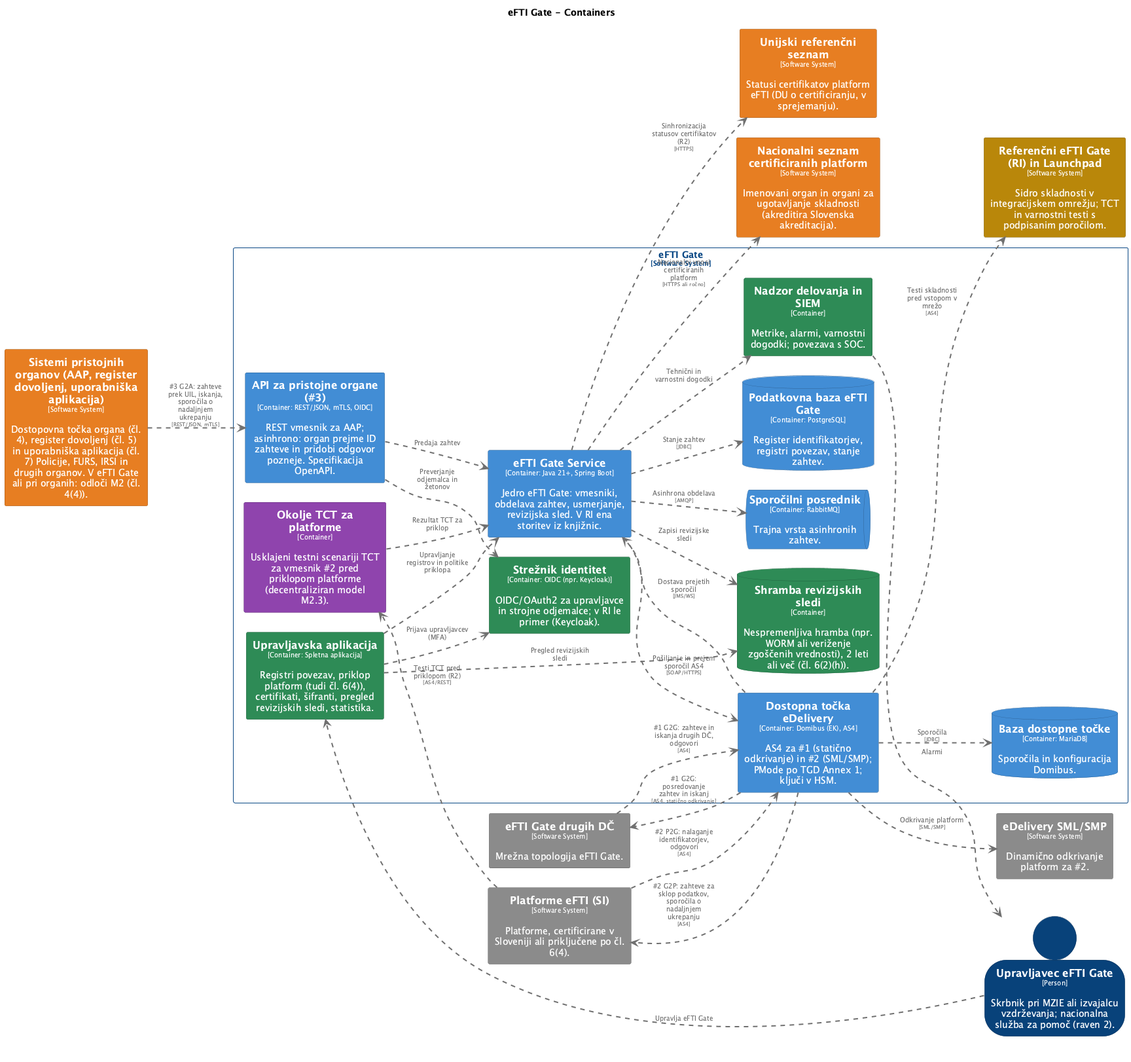
Earlier version of the PlantUML export architecture/diagrams/structurizr-C2-Vsebniki.png (UM-KGPI/eFTI-Gate-SI).
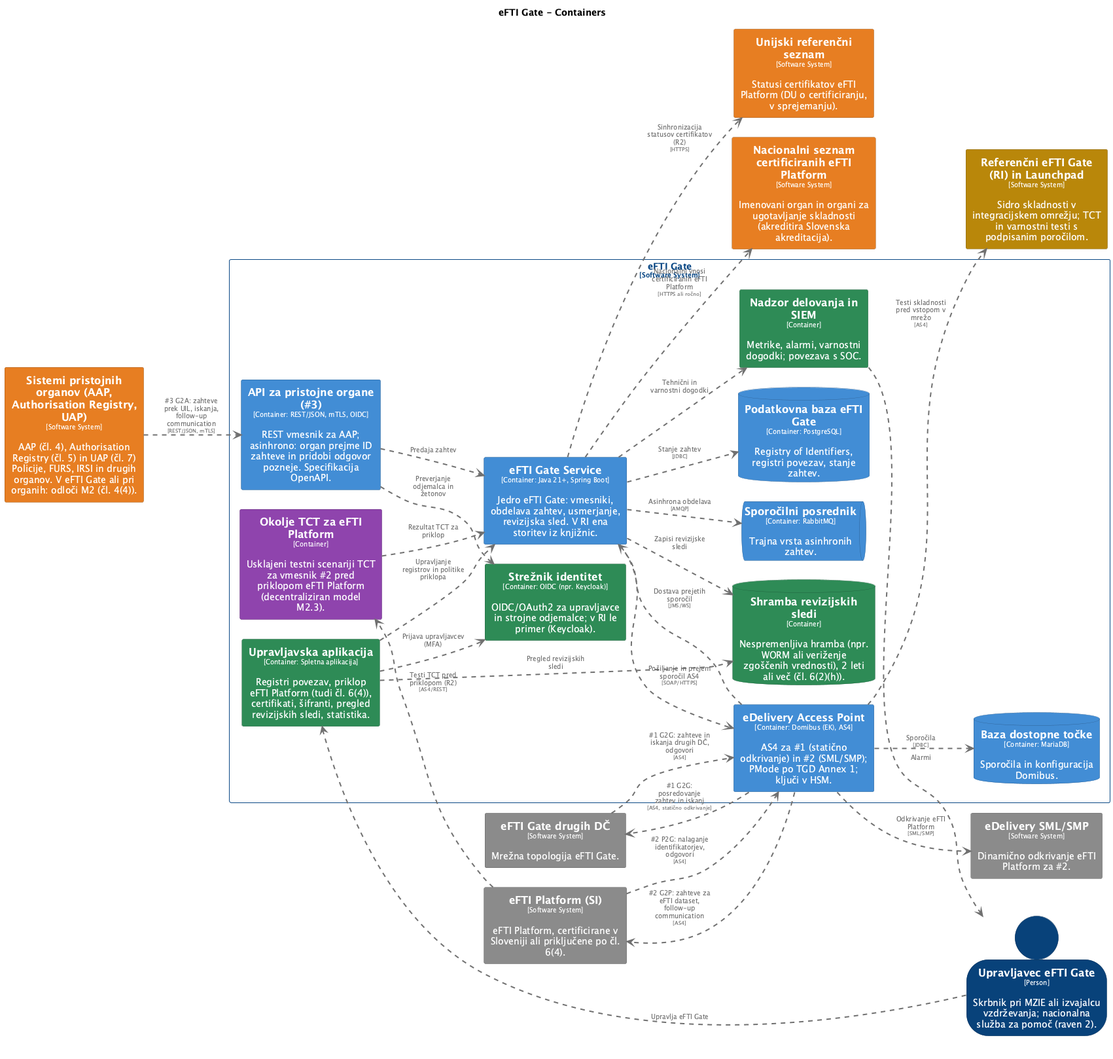
Above is the later version.

Diff of the diagram source:
```diff
@@ -27,13 +27,7 @@
   BorderColor #2e6295
   shadowing false
 }
-skinparam rectangle<<eFTIGate.DostopnatočkaeDelivery>> {
-  BackgroundColor #438dd5
-  FontColor #ffffff
-  BorderColor #2e6295
-  shadowing false
-}
-skinparam rectangle<<Nacionalniseznamcertificiranihplatform>> {
+skinparam rectangle<<NacionalniseznamcertificiraniheFTIPlatform>> {
   BackgroundColor #e67e22
   FontColor #ffffff
   BorderColor #a15817
@@ -45,16 +39,10 @@
   BorderColor #20613c
   shadowing false
 }
-skinparam rectangle<<eFTIGate.OkoljeTCTzaplatforme>> {
+skinparam rectangle<<eFTIGate.OkoljeTCTzaeFTIPlatform>> {
   BackgroundColor #8e44ad
   FontColor #ffffff
   BorderColor #632f79
-  shadowing false
-}
-skinparam rectangle<<PlatformeeFTISI>> {
-  BackgroundColor #8a8a8a
-  FontColor #ffffff
-  BorderColor #606060
   shadowing false
 }
 skinparam database<<eFTIGate.PodatkovnabazaeFTIGate>> {
@@ -75,7 +63,7 @@
   BorderColor #20613c
   shadowing false
 }
-skinparam rectangle<<SistemipristojnihorganovAAPregisterdovoljenjuporabniškaaplikacija>> {
+skinparam rectangle<<SistemipristojnihorganovAAPAuthorisationRegistryUAP>> {
   BackgroundColor #e67e22
   FontColor #ffffff
   BorderColor #a15817
@@ -111,6 +99,12 @@
   BorderColor #20613c
   shadowing false
 }
+skinparam rectangle<<eFTIGate.eDeliveryAccessPoint>> {
+  BackgroundColor #438dd5
+  FontColor #ffffff
+  BorderColor #2e6295
+  shadowing false
+}
 skinparam rectangle<<eDeliverySMLSMP>> {
   BackgroundColor #8a8a8a
   FontColor #ffffff
@@ -129,6 +123,12 @@
   BorderColor #606060
   shadowing false
 }
+skinparam rectangle<<eFTIPlatformSI>> {
+  BackgroundColor #8a8a8a
+  FontColor #ffffff
+  BorderColor #606060
+  shadowing false
+}
 skinparam rectangle<<eFTIGate>> {
   BorderColor #0b4884
   FontColor #0b4884
@@ -136,50 +136,50 @@
 }
 
 person "==Upravljavec eFTI Gate\n<size:10>[Person]</size>\n\nSkrbnik pri MZIE ali izvajalcu vzdrževanja; nacionalna služba za pomoč (raven 2)." <<UpravljaveceFTIGate>> as UpravljaveceFTIGate
-rectangle "==Sistemi pristojnih organov (AAP, register dovoljenj, uporabniška aplikacija)\n<size:10>[Software System]</size>\n\nDostopovna točka organa (čl. 4), register dovoljenj (čl. 5) in uporabniška aplikacija (čl. 7) Policije, FURS, IRSI in drugih organov. V eFTI Gate ali pri organih: odloči M2 (čl. 4(4))." <<SistemipristojnihorganovAAPregisterdovoljenjuporabniškaaplikacija>> as SistemipristojnihorganovAAPregisterdovoljenjuporabniškaaplikacija
-rectangle "==Platforme eFTI (SI)\n<size:10>[Software System]</size>\n\nPlatforme, certificirane v Sloveniji ali priključene po čl. 6(4)." <<PlatformeeFTISI>> as PlatformeeFTISI
-rectangle "==Nacionalni seznam certificiranih platform\n<size:10>[Software System]</size>\n\nImenovani organ in organi za ugotavljanje skladnosti (akreditira Slovenska akreditacija)." <<Nacionalniseznamcertificiranihplatform>> as Nacionalniseznamcertificiranihplatform
+rectangle "==Sistemi pristojnih organov (AAP, Authorisation Registry, UAP)\n<size:10>[Software System]</size>\n\nAAP (čl. 4), Authorisation Registry (čl. 5) in UAP (čl. 7) Policije, FURS, IRSI in drugih organov. V eFTI Gate ali pri organih: odloči M2 (čl. 4(4))." <<SistemipristojnihorganovAAPAuthorisationRegistryUAP>> as SistemipristojnihorganovAAPAuthorisationRegistryUAP
+rectangle "==eFTI Platform (SI)\n<size:10>[Software System]</size>\n\neFTI Platform, certificirane v Sloveniji ali priključene po čl. 6(4)." <<eFTIPlatformSI>> as eFTIPlatformSI
+rectangle "==Nacionalni seznam certificiranih eFTI Platform\n<size:10>[Software System]</size>\n\nImenovani organ in organi za ugotavljanje skladnosti (akreditira Slovenska akreditacija)." <<NacionalniseznamcertificiraniheFTIPlatform>> as NacionalniseznamcertificiraniheFTIPlatform
 rectangle "==eFTI Gate drugih DČ\n<size:10>[Software System]</size>\n\nMrežna topologija eFTI Gate." <<eFTIGatedrugihDČ>> as eFTIGatedrugihDČ
-rectangle "==Unijski referenčni seznam\n<size:10>[Software System]</size>\n\nStatusi certifikatov platform eFTI (DU o certificiranju, v sprejemanju)." <<Unijskireferenčniseznam>> as Unijskireferenčniseznam
-rectangle "==eDelivery SML/SMP\n<size:10>[Software System]</size>\n\nDinamično odkrivanje platform za #2." <<eDeliverySMLSMP>> as eDeliverySMLSMP
+rectangle "==Unijski referenčni seznam\n<size:10>[Software System]</size>\n\nStatusi certifikatov eFTI Platform (DU o certificiranju, v sprejemanju)." <<Unijskireferenčniseznam>> as Unijskireferenčniseznam
+rectangle "==eDelivery SML/SMP\n<size:10>[Software System]</size>\n\nDinamično odkrivanje eFTI Platform za #2." <<eDeliverySMLSMP>> as eDeliverySMLSMP
 rectangle "==Referenčni eFTI Gate (RI) in Launchpad\n<size:10>[Software System]</size>\n\nSidro skladnosti v integracijskem omrežju; TCT in varnostni testi s podpisanim poročilom." <<ReferenčnieFTIGateRIinLaunchpad>> as ReferenčnieFTIGateRIinLaunchpad
 
 rectangle "eFTI Gate\n<size:10>[Software System]</size>" <<eFTIGate>> {
   rectangle "==API za pristojne organe (#3)\n<size:10>[Container: REST/JSON, mTLS, OIDC]</size>\n\nREST vmesnik za AAP; asinhrono: organ prejme ID zahteve in pridobi odgovor pozneje. Specifikacija OpenAPI." <<eFTIGate.APIzapristojneorgane3>> as eFTIGate.APIzapristojneorgane3
   queue "==Sporočilni posrednik\n<size:10>[Container: RabbitMQ]</size>\n\nTrajna vrsta asinhronih zahtev." <<eFTIGate.Sporočilniposrednik>> as eFTIGate.Sporočilniposrednik
-  database "==Podatkovna baza eFTI Gate\n<size:10>[Container: PostgreSQL]</size>\n\nRegister identifikatorjev, registri povezav, stanje zahtev." <<eFTIGate.PodatkovnabazaeFTIGate>> as eFTIGate.PodatkovnabazaeFTIGate
-  rectangle "==Dostopna točka eDelivery\n<size:10>[Container: Domibus (EK), AS4]</size>\n\nAS4 za #1 (statično odkrivanje) in #2 (SML/SMP); PMode po TGD Annex 1; ključi v HSM." <<eFTIGate.DostopnatočkaeDelivery>> as eFTIGate.DostopnatočkaeDelivery
+  database "==Podatkovna baza eFTI Gate\n<size:10>[Container: PostgreSQL]</size>\n\nRegistry of Identifiers, registri povezav, stanje zahtev." <<eFTIGate.PodatkovnabazaeFTIGate>> as eFTIGate.PodatkovnabazaeFTIGate
+  rectangle "==eDelivery Access Point\n<size:10>[Container: Domibus (EK), AS4]</size>\n\nAS4 za #1 (statično odkrivanje) in #2 (SML/SMP); PMode po TGD Annex 1; ključi v HSM." <<eFTIGate.eDeliveryAccessPoint>> as eFTIGate.eDeliveryAccessPoint
   database "==Baza dostopne točke\n<size:10>[Container: MariaDB]</size>\n\nSporočila in konfiguracija Domibus." <<eFTIGate.Bazadostopnetočke>> as eFTIGate.Bazadostopnetočke
   rectangle "==Strežnik identitet\n<size:10>[Container: OIDC (npr. Keycloak)]</size>\n\nOIDC/OAuth2 za upravljavce in strojne odjemalce; v RI le primer (Keycloak)." <<eFTIGate.Strežnikidentitet>> as eFTIGate.Strežnikidentitet
-  rectangle "==Upravljavska aplikacija\n<size:10>[Container: Spletna aplikacija]</size>\n\nRegistri povezav, priklop platform (tudi čl. 6(4)), certifikati, šifranti, pregled revizijskih sledi, statistika." <<eFTIGate.Upravljavskaaplikacija>> as eFTIGate.Upravljavskaaplikacija
+  rectangle "==Upravljavska aplikacija\n<size:10>[Container: Spletna aplikacija]</size>\n\nRegistri povezav, priklop eFTI Platform (tudi čl. 6(4)), certifikati, šifranti, pregled revizijskih sledi, statistika." <<eFTIGate.Upravljavskaaplikacija>> as eFTIGate.Upravljavskaaplikacija
   database "==Shramba revizijskih sledi\n<size:10>[Container]</size>\n\nNespremenljiva hramba (npr. WORM ali veriženje zgoščenih vrednosti), 2 leti ali več (čl. 6(2)(h))." <<eFTIGate.Shrambarevizijskihsledi>> as eFTIGate.Shrambarevizijskihsledi
   rectangle "==Nadzor delovanja in SIEM\n<size:10>[Container]</size>\n\nMetrike, alarmi, varnostni dogodki; povezava s SOC." <<eFTIGate.NadzordelovanjainSIEM>> as eFTIGate.NadzordelovanjainSIEM
-  rectangle "==Okolje TCT za platforme\n<size:10>[Container]</size>\n\nUsklajeni testni scenariji TCT za vmesnik #2 pred priklopom platforme (decentraliziran model M2.3)." <<eFTIGate.OkoljeTCTzaplatforme>> as eFTIGate.OkoljeTCTzaplatforme
+  rectangle "==Okolje TCT za eFTI Platform\n<size:10>[Container]</size>\n\nUsklajeni testni scenariji TCT za vmesnik #2 pred priklopom eFTI Platform (decentraliziran model M2.3)." <<eFTIGate.OkoljeTCTzaeFTIPlatform>> as eFTIGate.OkoljeTCTzaeFTIPlatform
   rectangle "==eFTI Gate Service\n<size:10>[Container: Java 21+, Spring Boot]</size>\n\nJedro eFTI Gate: vmesniki, obdelava zahtev, usmerjanje, revizijska sled. V RI ena storitev iz knjižnic." <<eFTIGate.eFTIGateService>> as eFTIGate.eFTIGateService
 }
 
 eFTIGate.Upravljavskaaplikacija .[#707070,thickness=2].> eFTIGate.Shrambarevizijskihsledi : "<color:#707070>Pregled revizijskih sledi"
 eFTIGate.Upravljavskaaplikacija .[#707070,thickness=2].> eFTIGate.Strežnikidentitet : "<color:#707070>Prijava upravljavcev (MFA)"
-eFTIGate.OkoljeTCTzaplatforme .[#707070,thickness=2].> eFTIGate.eFTIGateService : "<color:#707070>Rezultat TCT za priklop"
+eFTIGate.OkoljeTCTzaeFTIPlatform .[#707070,thickness=2].> eFTIGate.eFTIGateService : "<color:#707070>Rezultat TCT za priklop"
 UpravljaveceFTIGate .[#707070,thickness=2].> eFTIGate.Upravljavskaaplikacija : "<color:#707070>Upravlja eFTI Gate"
 eFTIGate.NadzordelovanjainSIEM .[#707070,thickness=2].> UpravljaveceFTIGate : "<color:#707070>Alarmi"
-SistemipristojnihorganovAAPregisterdovoljenjuporabniškaaplikacija .[#707070,thickness=2].> eFTIGate.APIzapristojneorgane3 : "<color:#707070>#3 G2A: zahteve prek UIL, iskanja, sporočila o nadaljnjem ukrepanju\n<color:#707070><size:8>[REST/JSON, mTLS]</size>"
-eFTIGate.DostopnatočkaeDelivery .[#707070,thickness=2].> PlatformeeFTISI : "<color:#707070>#2 G2P: zahteve za sklop podatkov, sporočila o nadaljnjem ukrepanju\n<color:#707070><size:8>[AS4]</size>"
-PlatformeeFTISI .[#707070,thickness=2].> eFTIGate.DostopnatočkaeDelivery : "<color:#707070>#2 P2G: nalaganje identifikatorjev, odgovori\n<color:#707070><size:8>[AS4]</size>"
-eFTIGate.DostopnatočkaeDelivery .[#707070,thickness=2].> eFTIGatedrugihDČ : "<color:#707070>#1 G2G: posredovanje zahtev in iskanj\n<color:#707070><size:8>[AS4, statično odkrivanje]</size>"
-eFTIGatedrugihDČ .[#707070,thickness=2].> eFTIGate.DostopnatočkaeDelivery : "<color:#707070>#1 G2G: zahteve in iskanja drugih DČ, odgovori\n<color:#707070><size:8>[AS4]</size>"
-eFTIGate.DostopnatočkaeDelivery .[#707070,thickness=2].> eDeliverySMLSMP : "<color:#707070>Odkrivanje platform\n<color:#707070><size:8>[SML/SMP]</size>"
+SistemipristojnihorganovAAPAuthorisationRegistryUAP .[#707070,thickness=2].> eFTIGate.APIzapristojneorgane3 : "<color:#707070>#3 G2A: zahteve prek UIL, iskanja, follow-up communication\n<color:#707070><size:8>[REST/JSON, mTLS]</size>"
+eFTIGate.eDeliveryAccessPoint .[#707070,thickness=2].> eFTIPlatformSI : "<color:#707070>#2 G2P: zahteve za eFTI dataset, follow-up communication\n<color:#707070><size:8>[AS4]</size>"
+eFTIPlatformSI .[#707070,thickness=2].> eFTIGate.eDeliveryAccessPoint : "<color:#707070>#2 P2G: nalaganje identifikatorjev, odgovori\n<color:#707070><size:8>[AS4]</size>"
+eFTIGate.eDeliveryAccessPoint .[#707070,thickness=2].> eFTIGatedrugihDČ : "<color:#707070>#1 G2G: posredovanje zahtev in iskanj\n<color:#707070><size:8>[AS4, statično odkrivanje]</size>"
+eFTIGatedrugihDČ .[#707070,thickness=2].> eFTIGate.eDeliveryAccessPoint : "<color:#707070>#1 G2G: zahteve in iskanja drugih DČ, odgovori\n<color:#707070><size:8>[AS4]</size>"
+eFTIGate.eDeliveryAccessPoint .[#707070,thickness=2].> eDeliverySMLSMP : "<color:#707070>Odkrivanje eFTI Platform\n<color:#707070><size:8>[SML/SMP]</size>"
 eFTIGate.eFTIGateService .[#707070,thickness=2].> Unijskireferenčniseznam : "<color:#707070>Sinhronizacija statusov certifikatov (R2)\n<color:#707070><size:8>[HTTPS]</size>"
-eFTIGate.eFTIGateService .[#707070,thickness=2].> Nacionalniseznamcertificiranihplatform : "<color:#707070>Nacionalni vnosi certificiranih platform\n<color:#707070><size:8>[HTTPS ali ročno]</size>"
-eFTIGate.DostopnatočkaeDelivery .[#707070,thickness=2].> ReferenčnieFTIGateRIinLaunchpad : "<color:#707070>Testi skladnosti pred vstopom v mrežo\n<color:#707070><size:8>[AS4]</size>"
-PlatformeeFTISI .[#707070,thickness=2].> eFTIGate.OkoljeTCTzaplatforme : "<color:#707070>Testi TCT pred priklopom (R2)\n<color:#707070><size:8>[AS4/REST]</size>"
+eFTIGate.eFTIGateService .[#707070,thickness=2].> NacionalniseznamcertificiraniheFTIPlatform : "<color:#707070>Nacionalni vnosi certificiranih eFTI Platform\n<color:#707070><size:8>[HTTPS ali ročno]</size>"
+eFTIGate.eDeliveryAccessPoint .[#707070,thickness=2].> ReferenčnieFTIGateRIinLaunchpad : "<color:#707070>Testi skladnosti pred vstopom v mrežo\n<color:#707070><size:8>[AS4]</size>"
+eFTIPlatformSI .[#707070,thickness=2].> eFTIGate.OkoljeTCTzaeFTIPlatform : "<color:#707070>Testi TCT pred priklopom (R2)\n<color:#707070><size:8>[AS4/REST]</size>"
 eFTIGate.APIzapristojneorgane3 .[#707070,thickness=2].> eFTIGate.eFTIGateService : "<color:#707070>Predaja zahtev"
 eFTIGate.APIzapristojneorgane3 .[#707070,thickness=2].> eFTIGate.Strežnikidentitet : "<color:#707070>Preverjanje odjemalca in žetonov"
 eFTIGate.eFTIGateService .[#707070,thickness=2].> eFTIGate.Sporočilniposrednik : "<color:#707070>Asinhrona obdelava\n<color:#707070><size:8>[AMQP]</size>"
 eFTIGate.eFTIGateService .[#707070,thickness=2].> eFTIGate.PodatkovnabazaeFTIGate : "<color:#707070>Stanje zahtev\n<color:#707070><size:8>[JDBC]</size>"
-eFTIGate.eFTIGateService .[#707070,thickness=2].> eFTIGate.DostopnatočkaeDelivery : "<color:#707070>Pošiljanje in prejem sporočil AS4\n<color:#707070><size:8>[SOAP/HTTPS]</size>"
-eFTIGate.DostopnatočkaeDelivery .[#707070,thickness=2].> eFTIGate.eFTIGateService : "<color:#707070>Dostava prejetih sporočil\n<color:#707070><size:8>[JMS/WS]</size>"
-eFTIGate.DostopnatočkaeDelivery .[#707070,thickness=2].> eFTIGate.Bazadostopnetočke : "<color:#707070>Sporočila\n<color:#707070><size:8>[JDBC]</size>"
+eFTIGate.eFTIGateService .[#707070,thickness=2].> eFTIGate.eDeliveryAccessPoint : "<color:#707070>Pošiljanje in prejem sporočil AS4\n<color:#707070><size:8>[SOAP/HTTPS]</size>"
+eFTIGate.eDeliveryAccessPoint .[#707070,thickness=2].> eFTIGate.eFTIGateService : "<color:#707070>Dostava prejetih sporočil\n<color:#707070><size:8>[JMS/WS]</size>"
+eFTIGate.eDeliveryAccessPoint .[#707070,thickness=2].> eFTIGate.Bazadostopnetočke : "<color:#707070>Sporočila\n<color:#707070><size:8>[JDBC]</size>"
 eFTIGate.eFTIGateService .[#707070,thickness=2].> eFTIGate.Shrambarevizijskihsledi : "<color:#707070>Zapisi revizijske sledi"
 eFTIGate.eFTIGateService .[#707070,thickness=2].> eFTIGate.NadzordelovanjainSIEM : "<color:#707070>Tehnični in varnostni dogodki"
 eFTIGate.Upravljavskaaplikacija .[#707070,thickness=2].> eFTIGate.eFTIGateService : "<color:#707070>Upravljanje registrov in politike priklopa"
```
